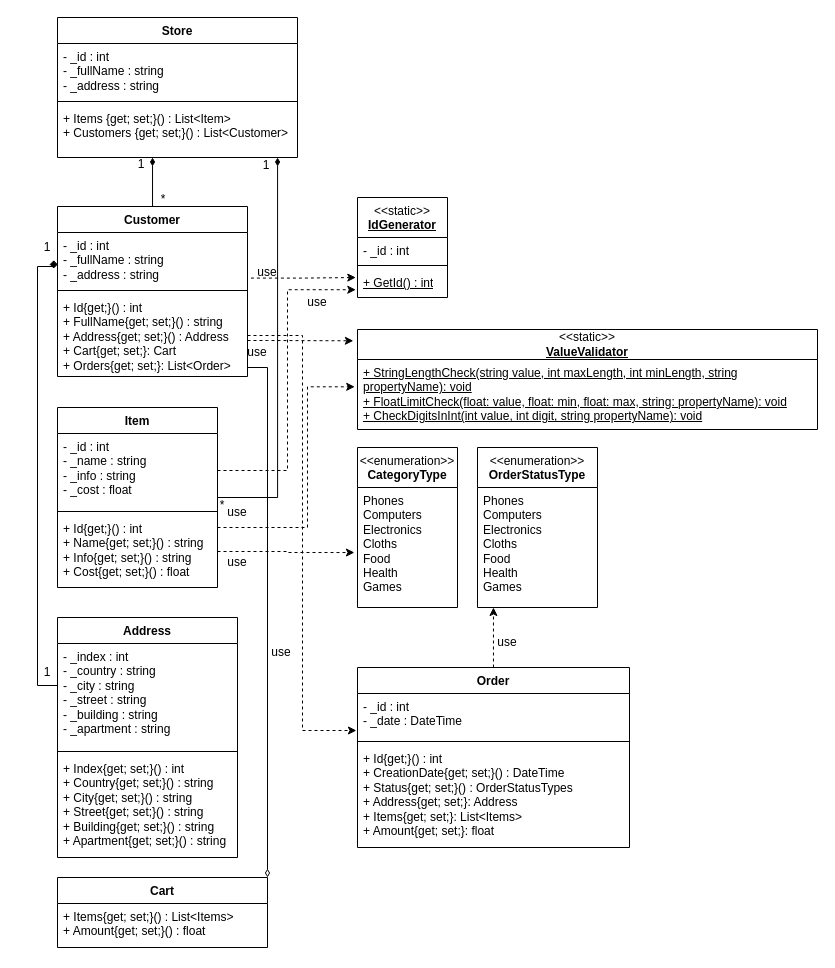
Above: oop-winform/Diagram.drawio in antoniocra04/oop-winform (draw.io), before the change. Source tidied: cells renumbered, new cells numbered last; positions are measured from the earlier drawing's top-left corner, leaving out a move shared by most shapes. Both pictures are drawn from the tidied source at 100%, with x=0, y=0 at pixel (17, 17).
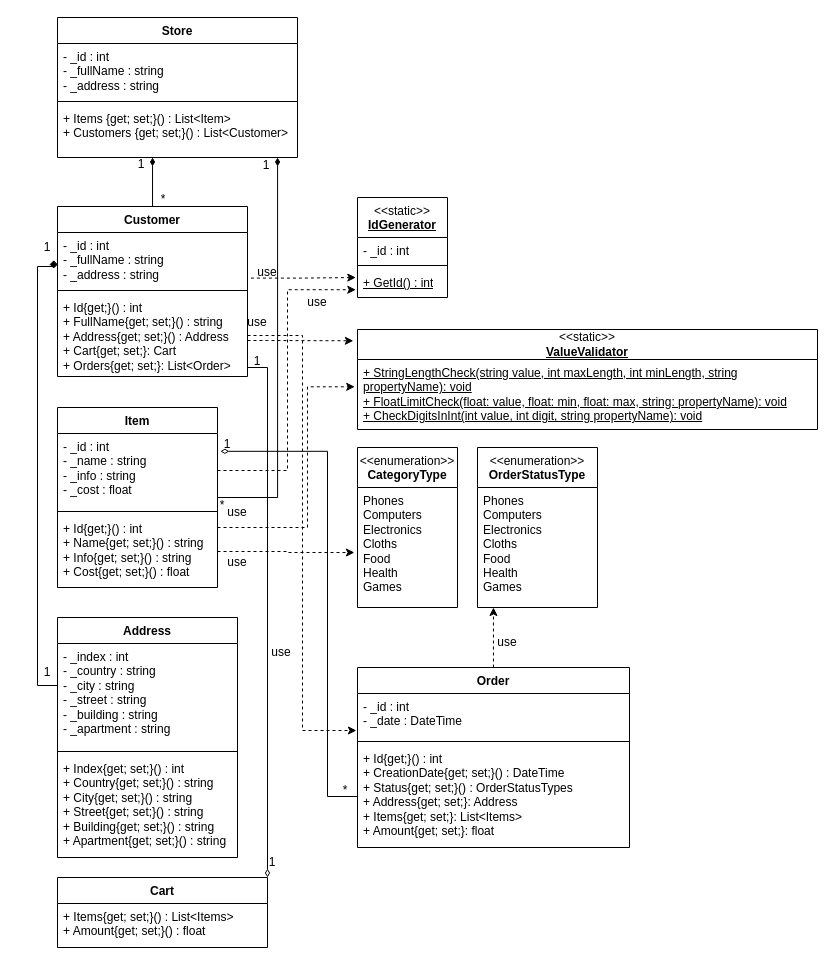
The same page after the edit.

Unchanged cells that the change refers to:
```xml
<mxCell id="7" value="- _id : int&lt;br&gt;- _name : string&lt;br&gt;- _info : string&lt;br&gt;- _cost : float" style="text;strokeColor=none;fillColor=none;align=left;verticalAlign=top;spacingLeft=4;spacingRight=4;overflow=hidden;points=[[0,0.5],[1,0.5]];portConstraint=eastwest;whiteSpace=wrap;html=1;" parent="6" vertex="1">
  <mxGeometry y="26" width="160" height="74" as="geometry" />
</mxCell>
<mxCell id="51" value="+ Id{get;}() : int&lt;br&gt;+ CreationDate{get; set;}() : DateTime&lt;br&gt;+ Status{get; set;}() : OrderStatusTypes&lt;div&gt;+ Address{get; set;}: Address&lt;/div&gt;&lt;div&gt;+ Items{get; set;}: List&amp;lt;Items&amp;gt;&lt;/div&gt;&lt;div&gt;+ Amount{get; set;}: float&lt;/div&gt;" style="text;strokeColor=none;fillColor=none;align=left;verticalAlign=top;spacingLeft=4;spacingRight=4;overflow=hidden;points=[[0,0.5],[1,0.5]];portConstraint=eastwest;whiteSpace=wrap;html=1;" parent="48" vertex="1">
  <mxGeometry y="78" width="272" height="102" as="geometry" />
</mxCell>
```

What changed in the source:
```diff
@@
     <mxCell id="20" value="use" style="text;html=1;align=center;verticalAlign=middle;whiteSpace=wrap;rounded=0;" parent="1" vertex="1">
-      <mxGeometry x="210" y="320" width="60" height="30" as="geometry" />
+      <mxGeometry x="210" y="290" width="60" height="30" as="geometry" />
     </mxCell>
@@
+    <mxCell id="58" style="edgeStyle=orthogonalEdgeStyle;rounded=0;jettySize=auto;html=1;entryX=1.018;entryY=0.241;entryDx=0;entryDy=0;entryPerimeter=0;endArrow=diamondThin;endFill=0;" parent="1" edge="1" source="51" target="7">
+      <mxGeometry relative="1" as="geometry">
+        <Array as="points">
+          <mxPoint x="310" y="779" />
+          <mxPoint x="310" y="434" />
+        </Array>
+      </mxGeometry>
+    </mxCell>
+    <mxCell id="59" value="1" style="text;html=1;align=center;verticalAlign=middle;whiteSpace=wrap;rounded=0;" parent="1" vertex="1">
+      <mxGeometry x="225" y="329" width="30" height="30" as="geometry" />
+    </mxCell>
+    <mxCell id="60" value="1" style="text;html=1;align=center;verticalAlign=middle;whiteSpace=wrap;rounded=0;" parent="1" vertex="1">
+      <mxGeometry x="240" y="830" width="30" height="30" as="geometry" />
+    </mxCell>
+    <mxCell id="61" value="*" style="text;html=1;align=center;verticalAlign=middle;whiteSpace=wrap;rounded=0;" parent="1" vertex="1">
+      <mxGeometry x="313" y="758" width="30" height="30" as="geometry" />
+    </mxCell>
+    <mxCell id="62" value="1" style="text;html=1;align=center;verticalAlign=middle;whiteSpace=wrap;rounded=0;" parent="1" vertex="1">
+      <mxGeometry x="195" y="412" width="30" height="30" as="geometry" />
+    </mxCell>
```
